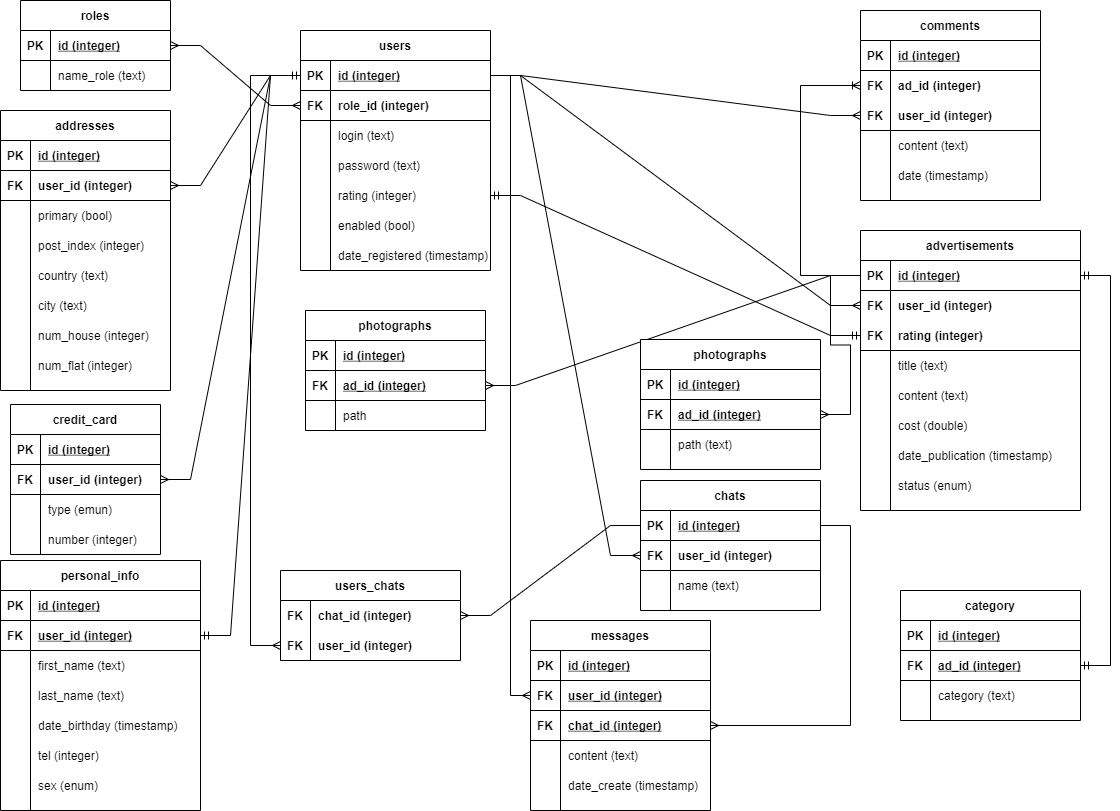
This is DiagramaSQL/ER-diagram.png from ElisBuh/PrivateAdvertisements, a draw.io export, as it was before one commit. Source tidied: cells renumbered, new cells last; positions are measured from the earlier drawing's top-left corner, leaving out a move shared by most shapes.
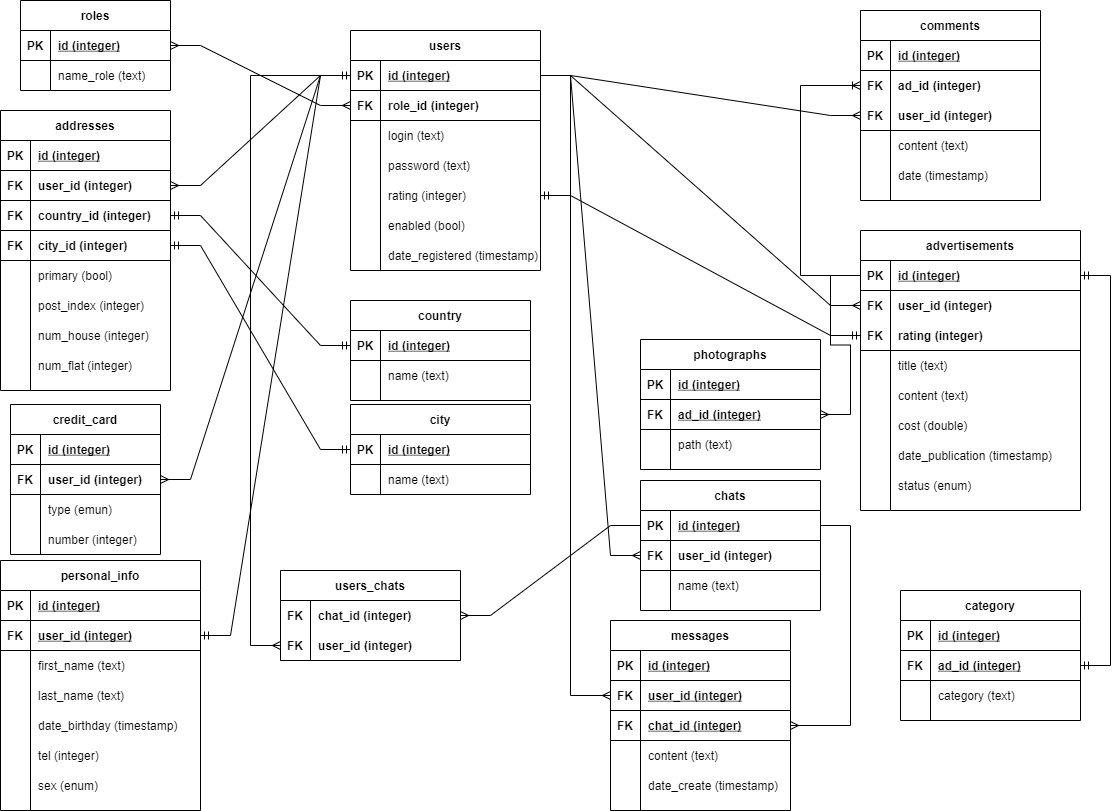
After the commit.

Diff of the diagram source:
```diff
@@ -24,7 +24,7 @@
       <mxGeometry x="30" width="120" height="30" as="geometry" />
     </mxCell>
     <mxCell id="9" value="users" style="shape=table;startSize=30;rowLines=0;fontStyle=1;align=center;strokeColor=default;" parent="1" vertex="1">
-      <mxGeometry x="300" y="30" width="190" height="240" as="geometry" />
+      <mxGeometry x="350" y="30" width="190" height="240" as="geometry" />
     </mxCell>
     <mxCell id="10" style="shape=partialRectangle;fillColor=none;top=0;left=0;bottom=1;right=0;points=[[0,0.5],[1,0.5]];portConstraint=eastwest;" parent="9" vertex="1">
       <mxGeometry y="30" width="190" height="30" as="geometry" />
@@ -110,8 +110,26 @@
     <mxCell id="37" value="user_id (integer)" style="shape=partialRectangle;fillColor=none;top=0;left=0;bottom=0;right=0;align=left;spacingLeft=6;fontStyle=1;overflow=hidden;strokeColor=default;" parent="35" vertex="1">
       <mxGeometry x="30" width="140" height="30" as="geometry" />
     </mxCell>
+    <mxCell id="211" style="shape=partialRectangle;fillColor=none;top=0;left=0;bottom=1;right=0;points=[[0,0.5],[1,0.5]];portConstraint=eastwest;strokeColor=default;align=left;" parent="31" vertex="1">
+      <mxGeometry y="90" width="170" height="30" as="geometry" />
+    </mxCell>
+    <mxCell id="212" value="FK" style="shape=partialRectangle;fillColor=none;top=0;left=0;bottom=0;right=0;fontStyle=1;overflow=hidden;strokeColor=default;align=center;" parent="211" vertex="1">
+      <mxGeometry width="30" height="30" as="geometry" />
+    </mxCell>
+    <mxCell id="213" value="country_id (integer)" style="shape=partialRectangle;fillColor=none;top=0;left=0;bottom=0;right=0;align=left;spacingLeft=6;fontStyle=1;overflow=hidden;strokeColor=default;" parent="211" vertex="1">
+      <mxGeometry x="30" width="140" height="30" as="geometry" />
+    </mxCell>
+    <mxCell id="214" style="shape=partialRectangle;fillColor=none;top=0;left=0;bottom=1;right=0;points=[[0,0.5],[1,0.5]];portConstraint=eastwest;strokeColor=default;align=left;" parent="31" vertex="1">
+      <mxGeometry y="120" width="170" height="30" as="geometry" />
+    </mxCell>
+    <mxCell id="215" value="FK" style="shape=partialRectangle;fillColor=none;top=0;left=0;bottom=0;right=0;fontStyle=1;overflow=hidden;strokeColor=default;align=center;" parent="214" vertex="1">
+      <mxGeometry width="30" height="30" as="geometry" />
+    </mxCell>
+    <mxCell id="216" value="city_id (integer)" style="shape=partialRectangle;fillColor=none;top=0;left=0;bottom=0;right=0;align=left;spacingLeft=6;fontStyle=1;overflow=hidden;strokeColor=default;" parent="214" vertex="1">
+      <mxGeometry x="30" width="140" height="30" as="geometry" />
+    </mxCell>
     <mxCell id="38" style="shape=partialRectangle;fillColor=none;top=0;left=0;bottom=0;right=0;strokeColor=default;align=left;" parent="31" vertex="1">
-      <mxGeometry y="90" width="170" height="30" as="geometry" />
+      <mxGeometry y="150" width="170" height="30" as="geometry" />
     </mxCell>
     <mxCell id="39" style="shape=partialRectangle;fillColor=none;top=0;left=0;bottom=0;right=0;overflow=hidden;strokeColor=default;align=left;" parent="38" vertex="1">
       <mxGeometry width="30" height="30" as="geometry" />
@@ -120,7 +138,7 @@
       <mxGeometry x="30" width="140" height="30" as="geometry" />
     </mxCell>
     <mxCell id="41" style="shape=partialRectangle;fillColor=none;top=0;left=0;bottom=0;right=0;strokeColor=default;align=left;" parent="31" vertex="1">
-      <mxGeometry y="120" width="170" height="30" as="geometry" />
+      <mxGeometry y="180" width="170" height="30" as="geometry" />
     </mxCell>
     <mxCell id="42" style="shape=partialRectangle;fillColor=none;top=0;left=0;bottom=0;right=0;overflow=hidden;strokeColor=default;align=left;" parent="41" vertex="1">
       <mxGeometry width="30" height="30" as="geometry" />
@@ -128,24 +146,6 @@
     <mxCell id="43" value="post_index (integer)" style="shape=partialRectangle;fillColor=none;top=0;left=0;bottom=0;right=0;align=left;spacingLeft=6;overflow=hidden;strokeColor=default;" parent="41" vertex="1">
       <mxGeometry x="30" width="140" height="30" as="geometry" />
     </mxCell>
-    <mxCell id="44" style="shape=partialRectangle;fillColor=none;top=0;left=0;bottom=0;right=0;strokeColor=default;align=left;" parent="31" vertex="1">
-      <mxGeometry y="150" width="170" height="30" as="geometry" />
-    </mxCell>
-    <mxCell id="45" style="shape=partialRectangle;fillColor=none;top=0;left=0;bottom=0;right=0;overflow=hidden;strokeColor=default;align=left;" parent="44" vertex="1">
-      <mxGeometry width="30" height="30" as="geometry" />
-    </mxCell>
-    <mxCell id="46" value="country (text)" style="shape=partialRectangle;fillColor=none;top=0;left=0;bottom=0;right=0;align=left;spacingLeft=6;overflow=hidden;strokeColor=default;" parent="44" vertex="1">
-      <mxGeometry x="30" width="140" height="30" as="geometry" />
-    </mxCell>
-    <mxCell id="47" style="shape=partialRectangle;fillColor=none;top=0;left=0;bottom=0;right=0;strokeColor=default;align=left;" parent="31" vertex="1">
-      <mxGeometry y="180" width="170" height="30" as="geometry" />
-    </mxCell>
-    <mxCell id="48" style="shape=partialRectangle;fillColor=none;top=0;left=0;bottom=0;right=0;overflow=hidden;strokeColor=default;align=left;" parent="47" vertex="1">
-      <mxGeometry width="30" height="30" as="geometry" />
-    </mxCell>
-    <mxCell id="49" value="city (text)" style="shape=partialRectangle;fillColor=none;top=0;left=0;bottom=0;right=0;align=left;spacingLeft=6;overflow=hidden;strokeColor=default;" parent="47" vertex="1">
-      <mxGeometry x="30" width="140" height="30" as="geometry" />
-    </mxCell>
     <mxCell id="50" style="shape=partialRectangle;fillColor=none;top=0;left=0;bottom=0;right=0;strokeColor=default;align=left;" parent="31" vertex="1">
       <mxGeometry y="210" width="170" height="30" as="geometry" />
     </mxCell>
@@ -404,7 +404,7 @@
       <mxGeometry x="30" width="150" height="30" as="geometry" />
     </mxCell>
     <mxCell id="134" value="messages" style="shape=table;startSize=30;rowLines=0;fontStyle=1;align=center;strokeColor=default;" parent="1" vertex="1">
-      <mxGeometry x="530" y="620" width="180" height="190" as="geometry" />
+      <mxGeometry x="610" y="620" width="180" height="190" as="geometry" />
     </mxCell>
     <mxCell id="135" style="shape=partialRectangle;fillColor=none;top=0;left=0;bottom=1;right=0;strokeColor=default;" parent="134" vertex="1">
       <mxGeometry y="30" width="180" height="30" as="geometry" />
@@ -454,6 +454,7 @@
     <mxCell id="150" style="edgeStyle=elbowEdgeStyle;fontSize=12;html=1;endArrow=ERmany;rounded=0;entryX=0;entryY=0.5;entryDx=0;entryDy=0;" parent="1" edge="1" source="10" target="138">
       <mxGeometry relative="1" as="geometry">
         <Array as="points">
+          <mxPoint x="570" y="460" />
           <mxPoint x="510" y="420" />
           <mxPoint x="500" y="420" />
           <mxPoint x="490" y="470" />
@@ -578,39 +579,6 @@
     <mxCell id="188" style="edgeStyle=entityRelationEdgeStyle;fontSize=12;html=1;endArrow=ERmany;startArrow=ERmany;rounded=0;exitX=1;exitY=0.5;exitDx=0;exitDy=0;" parent="1" edge="1" source="3" target="13">
       <mxGeometry relative="1" as="geometry" />
     </mxCell>
-    <mxCell id="189" value="photographs" style="shape=table;startSize=30;rowLines=0;fontStyle=1;align=center;strokeColor=default;" parent="1" vertex="1">
-      <mxGeometry x="305" y="310" width="180" height="120" as="geometry" />
-    </mxCell>
-    <mxCell id="190" style="shape=partialRectangle;fillColor=none;top=0;left=0;bottom=1;right=0;strokeColor=default;" parent="189" vertex="1">
-      <mxGeometry y="30" width="180" height="30" as="geometry" />
-    </mxCell>
-    <mxCell id="191" value="PK" style="shape=partialRectangle;fillColor=none;top=0;left=0;bottom=0;right=0;fontStyle=1;overflow=hidden;strokeColor=default;" parent="190" vertex="1">
-      <mxGeometry width="30" height="30" as="geometry" />
-    </mxCell>
-    <mxCell id="192" value="id (integer)" style="shape=partialRectangle;fillColor=none;top=0;left=0;bottom=0;right=0;align=left;spacingLeft=6;fontStyle=5;overflow=hidden;strokeColor=default;" parent="190" vertex="1">
-      <mxGeometry x="30" width="150" height="30" as="geometry" />
-    </mxCell>
-    <mxCell id="193" style="shape=partialRectangle;fillColor=none;top=0;left=0;bottom=1;right=0;points=[[0,0.5],[1,0.5]];portConstraint=eastwest;strokeColor=default;" parent="189" vertex="1">
-      <mxGeometry y="60" width="180" height="30" as="geometry" />
-    </mxCell>
-    <mxCell id="194" value="FK" style="shape=partialRectangle;fillColor=none;top=0;left=0;bottom=0;right=0;fontStyle=1;overflow=hidden;strokeColor=default;" parent="193" vertex="1">
-      <mxGeometry width="30" height="30" as="geometry" />
-    </mxCell>
-    <mxCell id="195" value="ad_id (integer)" style="shape=partialRectangle;fillColor=none;top=0;left=0;bottom=0;right=0;align=left;spacingLeft=6;fontStyle=5;overflow=hidden;strokeColor=default;" parent="193" vertex="1">
-      <mxGeometry x="30" width="150" height="30" as="geometry" />
-    </mxCell>
-    <mxCell id="196" style="shape=partialRectangle;fillColor=none;top=0;left=0;bottom=0;right=0;strokeColor=default;" parent="189" vertex="1">
-      <mxGeometry y="90" width="180" height="30" as="geometry" />
-    </mxCell>
-    <mxCell id="197" style="shape=partialRectangle;fillColor=none;top=0;left=0;bottom=0;right=0;overflow=hidden;strokeColor=default;" parent="196" vertex="1">
-      <mxGeometry width="30" height="30" as="geometry" />
-    </mxCell>
-    <mxCell id="198" value="path" style="shape=partialRectangle;fillColor=none;top=0;left=0;bottom=0;right=0;align=left;spacingLeft=6;overflow=hidden;strokeColor=default;" parent="196" vertex="1">
-      <mxGeometry x="30" width="150" height="30" as="geometry" />
-    </mxCell>
-    <mxCell id="199" style="edgeStyle=entityRelationEdgeStyle;fontSize=12;html=1;endArrow=ERmany;rounded=0;entryX=1;entryY=0.5;entryDx=0;entryDy=0;" parent="1" edge="1" source="72" target="193">
-      <mxGeometry relative="1" as="geometry" />
-    </mxCell>
     <mxCell id="200" value="photographs" style="shape=table;startSize=30;rowLines=0;fontStyle=1;align=center;" parent="1" vertex="1">
       <mxGeometry x="640" y="339" width="180" height="130" as="geometry" />
     </mxCell>
@@ -644,5 +612,53 @@
     <mxCell id="210" style="edgeStyle=entityRelationEdgeStyle;fontSize=12;html=1;endArrow=ERmany;rounded=0;entryX=1;entryY=0.5;entryDx=0;entryDy=0;" parent="1" edge="1" source="72" target="204">
       <mxGeometry relative="1" as="geometry" />
     </mxCell>
+    <mxCell id="217" value="country" style="shape=table;startSize=30;rowLines=0;fontStyle=1;align=center;" parent="1" vertex="1">
+      <mxGeometry x="350" y="300" width="180" height="100" as="geometry" />
+    </mxCell>
+    <mxCell id="218" style="shape=partialRectangle;fillColor=none;top=0;left=0;bottom=1;right=0;points=[[0,0.5],[1,0.5]];portConstraint=eastwest;" parent="217" vertex="1">
+      <mxGeometry y="30" width="180" height="30" as="geometry" />
+    </mxCell>
+    <mxCell id="219" value="PK" style="shape=partialRectangle;fillColor=none;top=0;left=0;bottom=0;right=0;fontStyle=1;overflow=hidden;" parent="218" vertex="1">
+      <mxGeometry width="30" height="30" as="geometry" />
+    </mxCell>
+    <mxCell id="220" value="id (integer)" style="shape=partialRectangle;fillColor=none;top=0;left=0;bottom=0;right=0;align=left;spacingLeft=6;fontStyle=5;overflow=hidden;" parent="218" vertex="1">
+      <mxGeometry x="30" width="150" height="30" as="geometry" />
+    </mxCell>
+    <mxCell id="221" style="shape=partialRectangle;fillColor=none;top=0;left=0;bottom=0;right=0;" parent="217" vertex="1">
+      <mxGeometry y="60" width="180" height="30" as="geometry" />
+    </mxCell>
+    <mxCell id="222" style="shape=partialRectangle;fillColor=none;top=0;left=0;bottom=0;right=0;overflow=hidden;" parent="221" vertex="1">
+      <mxGeometry width="30" height="30" as="geometry" />
+    </mxCell>
+    <mxCell id="223" value="name (text)" style="shape=partialRectangle;fillColor=none;top=0;left=0;bottom=0;right=0;align=left;spacingLeft=6;overflow=hidden;" parent="221" vertex="1">
+      <mxGeometry x="30" width="150" height="30" as="geometry" />
+    </mxCell>
+    <mxCell id="224" style="edgeStyle=entityRelationEdgeStyle;fontSize=12;html=1;endArrow=ERmandOne;startArrow=ERmandOne;rounded=0;exitX=1;exitY=0.5;exitDx=0;exitDy=0;entryX=0;entryY=0.5;entryDx=0;entryDy=0;" parent="1" edge="1" source="214" target="226">
+      <mxGeometry relative="1" as="geometry" />
+    </mxCell>
+    <mxCell id="225" value="city" style="shape=table;startSize=30;rowLines=0;fontStyle=1;align=center;" parent="1" vertex="1">
+      <mxGeometry x="350" y="404" width="180" height="90" as="geometry" />
+    </mxCell>
+    <mxCell id="226" style="shape=partialRectangle;fillColor=none;top=0;left=0;bottom=1;right=0;points=[[0,0.5],[1,0.5]];portConstraint=eastwest;" parent="225" vertex="1">
+      <mxGeometry y="30" width="180" height="30" as="geometry" />
+    </mxCell>
+    <mxCell id="227" value="PK" style="shape=partialRectangle;fillColor=none;top=0;left=0;bottom=0;right=0;fontStyle=1;overflow=hidden;" parent="226" vertex="1">
+      <mxGeometry width="30" height="30" as="geometry" />
+    </mxCell>
+    <mxCell id="228" value="id (integer)" style="shape=partialRectangle;fillColor=none;top=0;left=0;bottom=0;right=0;align=left;spacingLeft=6;fontStyle=5;overflow=hidden;" parent="226" vertex="1">
+      <mxGeometry x="30" width="150" height="30" as="geometry" />
+    </mxCell>
+    <mxCell id="229" style="shape=partialRectangle;fillColor=none;top=0;left=0;bottom=0;right=0;" parent="225" vertex="1">
+      <mxGeometry y="60" width="180" height="30" as="geometry" />
+    </mxCell>
+    <mxCell id="230" style="shape=partialRectangle;fillColor=none;top=0;left=0;bottom=0;right=0;overflow=hidden;" parent="229" vertex="1">
+      <mxGeometry width="30" height="30" as="geometry" />
+    </mxCell>
+    <mxCell id="231" value="name (text)" style="shape=partialRectangle;fillColor=none;top=0;left=0;bottom=0;right=0;align=left;spacingLeft=6;overflow=hidden;" parent="229" vertex="1">
+      <mxGeometry x="30" width="150" height="30" as="geometry" />
+    </mxCell>
+    <mxCell id="232" style="edgeStyle=entityRelationEdgeStyle;fontSize=12;html=1;endArrow=ERmandOne;startArrow=ERmandOne;rounded=0;exitX=1;exitY=0.5;exitDx=0;exitDy=0;entryX=0;entryY=0.5;entryDx=0;entryDy=0;" parent="1" edge="1" source="211" target="218">
+      <mxGeometry relative="1" as="geometry" />
+    </mxCell>
   </root>
 </mxGraphModel>
```
